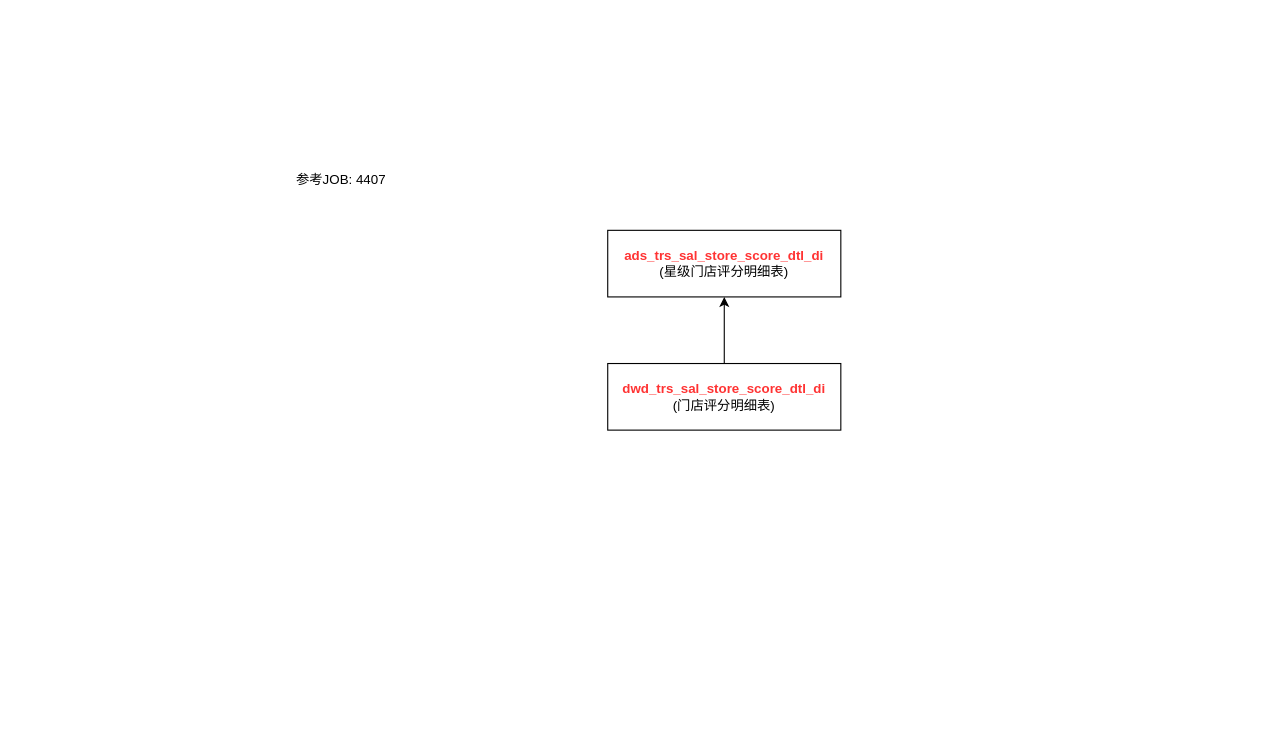
Earlier version of the draw.io diagram page "星级门店数据源" (2 of 2) of star-store-di.drawio (fsJerryChan/fsJerryChan). Source tidied: cells renumbered, new cells numbered last; positions are measured from the earlier drawing's top-left corner, leaving out a move shared by most shapes. Both pictures are drawn from the tidied source at 111%, with x=0, y=0 at pixel (252, 163).
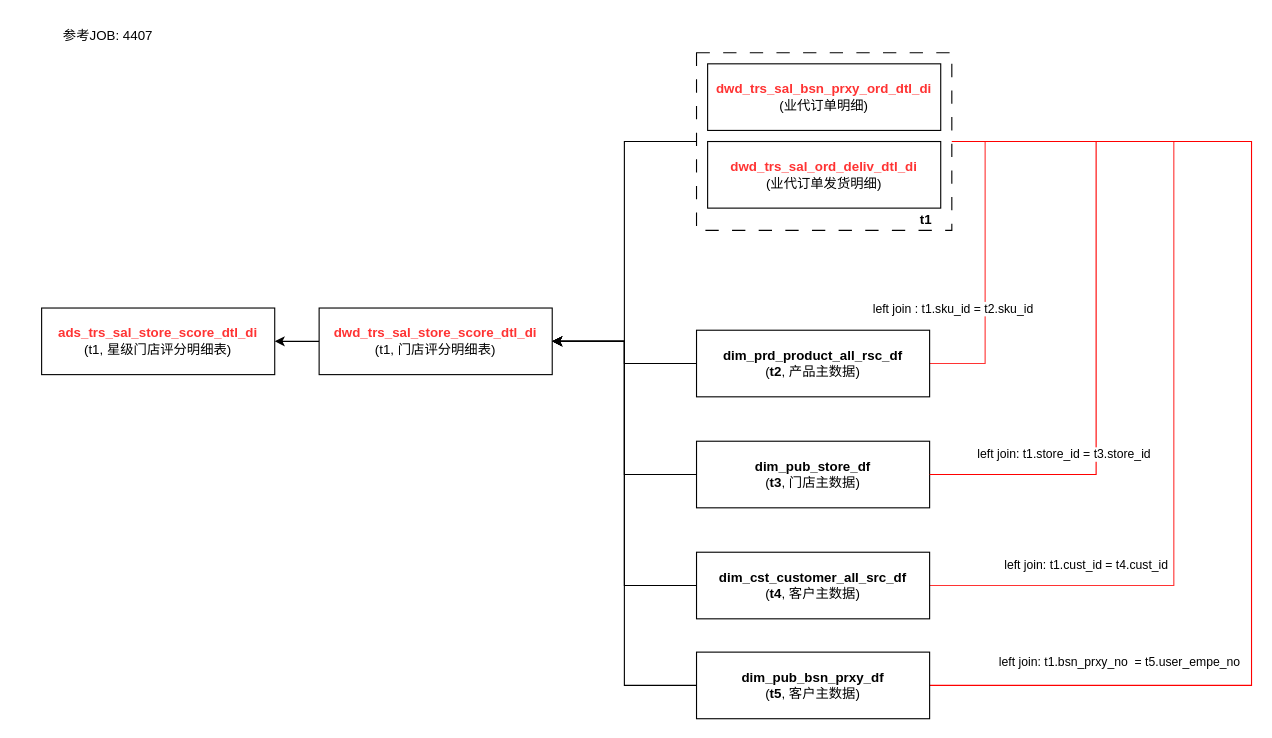
The same diagram, later.

What changed in the source:
```diff
@@
+    <mxCell id="6" style="edgeStyle=orthogonalEdgeStyle;rounded=0;jettySize=auto;html=1;exitX=1;exitY=0.5;exitDx=0;exitDy=0;entryX=1;entryY=0.5;entryDx=0;entryDy=0;endArrow=none;endFill=0;strokeColor=#FF3333;" parent="1" edge="1" source="13" target="17">
+      <mxGeometry relative="1" as="geometry">
+        <Array as="points">
+          <mxPoint x="660" y="-20" />
+          <mxPoint x="660" y="180" />
+        </Array>
+      </mxGeometry>
+    </mxCell>
+    <mxCell id="7" value="left join : t1.sku_id = t2.sku_id" style="edgeLabel;html=1;align=center;verticalAlign=middle;" parent="6" vertex="1">
+      <mxGeometry x="0.07" y="-2" relative="1" as="geometry">
+        <mxPoint x="-28" y="30" as="offset" />
+      </mxGeometry>
+    </mxCell>
+    <mxCell id="8" style="edgeStyle=orthogonalEdgeStyle;rounded=0;jettySize=auto;html=1;exitX=1;exitY=0.5;exitDx=0;exitDy=0;endArrow=none;endFill=0;strokeColor=#FF3333;entryX=1;entryY=0.5;entryDx=0;entryDy=0;" parent="1" edge="1" source="13" target="22">
+      <mxGeometry relative="1" as="geometry">
+        <Array as="points">
+          <mxPoint x="830" y="-20" />
+          <mxPoint x="830" y="380" />
+        </Array>
+      </mxGeometry>
+    </mxCell>
+    <mxCell id="9" value="left join: t1.cust_id = t4.cust_id" style="edgeLabel;html=1;align=center;verticalAlign=middle;" parent="8" vertex="1">
+      <mxGeometry x="-0.1" y="-2" relative="1" as="geometry">
+        <mxPoint x="-78" y="212" as="offset" />
+      </mxGeometry>
+    </mxCell>
+    <mxCell id="10" style="edgeStyle=orthogonalEdgeStyle;rounded=0;jettySize=auto;html=1;entryX=1;entryY=0.5;entryDx=0;entryDy=0;strokeColor=#FF0000;endArrow=none;endFill=0;" parent="1" edge="1" source="13" target="26">
+      <mxGeometry relative="1" as="geometry">
+        <Array as="points">
+          <mxPoint x="900" y="-20" />
+          <mxPoint x="900" y="470" />
+        </Array>
+      </mxGeometry>
+    </mxCell>
+    <mxCell id="11" value="left join: t1.bsn_prxy_no&amp;nbsp; = t5.user_empe_no" style="edgeLabel;html=1;align=center;verticalAlign=middle;" parent="10" vertex="1">
+      <mxGeometry x="-0.16" y="-2" relative="1" as="geometry">
+        <mxPoint x="-118" y="297" as="offset" />
+      </mxGeometry>
+    </mxCell>
+    <mxCell id="12" style="edgeStyle=orthogonalEdgeStyle;rounded=0;jettySize=auto;html=1;entryX=1;entryY=0.5;entryDx=0;entryDy=0;" parent="1" edge="1" source="13" target="5">
+      <mxGeometry relative="1" as="geometry" />
+    </mxCell>
+    <mxCell id="13" style="rounded=0;whiteSpace=wrap;html=1;dashed=1;dashPattern=12 12;" parent="1" vertex="1">
+      <mxGeometry x="400" y="-100" width="230" height="160" as="geometry" />
+    </mxCell>
     <mxCell id="2" value="参考JOB: 4407" style="text;strokeColor=none;align=center;fillColor=none;html=1;verticalAlign=middle;whiteSpace=wrap;rounded=0;" parent="1" vertex="1">
-      <mxGeometry width="160" height="30" as="geometry" />
+      <mxGeometry x="-210" y="-130" width="160" height="30" as="geometry" />
     </mxCell>
-    <mxCell id="3" value="&lt;font color=&quot;#ff3333&quot;&gt;&lt;b&gt;ads_trs_sal_store_score_dtl_di&lt;/b&gt;&lt;/font&gt;&lt;br&gt;(星级门店评分明细表)" style="rounded=0;whiteSpace=wrap;html=1;" parent="1" vertex="1">
-      <mxGeometry x="320" y="60" width="210" height="60" as="geometry" />
+    <mxCell id="3" value="&lt;font color=&quot;#ff3333&quot;&gt;&lt;b&gt;ads_trs_sal_store_score_dtl_di&lt;/b&gt;&lt;/font&gt;&lt;br&gt;(t1, 星级门店评分明细表)" style="rounded=0;whiteSpace=wrap;html=1;" parent="1" vertex="1">
+      <mxGeometry x="-190" y="130" width="210" height="60" as="geometry" />
     </mxCell>
-    <mxCell id="4" style="edgeStyle=orthogonalEdgeStyle;rounded=0;jettySize=auto;html=1;entryX=0.5;entryY=1;entryDx=0;entryDy=0;" parent="1" edge="1" source="5" target="3">
+    <mxCell id="4" style="edgeStyle=orthogonalEdgeStyle;rounded=0;jettySize=auto;html=1;" parent="1" edge="1" source="5" target="3">
       <mxGeometry relative="1" as="geometry" />
     </mxCell>
-    <mxCell id="5" value="&lt;font color=&quot;#ff3333&quot;&gt;&lt;b&gt;dwd_trs_sal_store_score_dtl_di&lt;/b&gt;&lt;/font&gt;&lt;br&gt;(门店评分明细表)" style="rounded=0;whiteSpace=wrap;html=1;" parent="1" vertex="1">
-      <mxGeometry x="320" y="180" width="210" height="60" as="geometry" />
+    <mxCell id="5" value="&lt;font color=&quot;#ff3333&quot;&gt;&lt;b&gt;dwd_trs_sal_store_score_dtl_di&lt;/b&gt;&lt;/font&gt;&lt;br&gt;(t1, 门店评分明细表)" style="rounded=0;whiteSpace=wrap;html=1;" parent="1" vertex="1">
+      <mxGeometry x="60" y="130" width="210" height="60" as="geometry" />
     </mxCell>
+    <mxCell id="14" value="&lt;font color=&quot;#ff3333&quot;&gt;&lt;b&gt;dwd_trs_sal_bsn_prxy_ord_dtl_di&lt;/b&gt;&lt;/font&gt;&lt;br&gt;(业代订单明细)" style="rounded=0;whiteSpace=wrap;html=1;" parent="1" vertex="1">
+      <mxGeometry x="410" y="-90" width="210" height="60" as="geometry" />
+    </mxCell>
+    <mxCell id="15" value="&lt;font color=&quot;#ff3333&quot;&gt;&lt;b&gt;dwd_trs_sal_ord_deliv_dtl_di&lt;/b&gt;&lt;/font&gt;&lt;br&gt;(业代订单发货明细)" style="rounded=0;whiteSpace=wrap;html=1;" parent="1" vertex="1">
+      <mxGeometry x="410" y="-20" width="210" height="60" as="geometry" />
+    </mxCell>
+    <mxCell id="16" style="edgeStyle=orthogonalEdgeStyle;rounded=0;jettySize=auto;html=1;entryX=1;entryY=0.5;entryDx=0;entryDy=0;" parent="1" edge="1" source="17" target="5">
+      <mxGeometry relative="1" as="geometry" />
+    </mxCell>
+    <mxCell id="17" value="&lt;b style=&quot;&quot;&gt;dim_prd_product_all_rsc_df&lt;/b&gt;&lt;div&gt;(&lt;b&gt;t2&lt;/b&gt;, 产品主数据)&lt;/div&gt;" style="rounded=0;whiteSpace=wrap;html=1;" parent="1" vertex="1">
+      <mxGeometry x="400" y="150" width="210" height="60" as="geometry" />
+    </mxCell>
+    <mxCell id="18" value="&lt;b&gt;t1&lt;/b&gt;" style="text;strokeColor=none;align=center;fillColor=none;html=1;verticalAlign=middle;whiteSpace=wrap;rounded=0;" parent="1" vertex="1">
+      <mxGeometry x="577" y="36" width="60" height="30" as="geometry" />
+    </mxCell>
+    <mxCell id="19" style="edgeStyle=orthogonalEdgeStyle;rounded=0;jettySize=auto;html=1;entryX=1;entryY=0.5;entryDx=0;entryDy=0;" parent="1" edge="1" source="20" target="5">
+      <mxGeometry relative="1" as="geometry" />
+    </mxCell>
+    <mxCell id="20" value="&lt;b style=&quot;&quot;&gt;dim_pub_store_df&lt;/b&gt;&lt;div&gt;(&lt;b&gt;t3&lt;/b&gt;, 门店主数据)&lt;/div&gt;" style="rounded=0;whiteSpace=wrap;html=1;" parent="1" vertex="1">
+      <mxGeometry x="400" y="250" width="210" height="60" as="geometry" />
+    </mxCell>
+    <mxCell id="21" style="edgeStyle=orthogonalEdgeStyle;rounded=0;jettySize=auto;html=1;entryX=1;entryY=0.5;entryDx=0;entryDy=0;" parent="1" edge="1" source="22" target="5">
+      <mxGeometry relative="1" as="geometry" />
+    </mxCell>
+    <mxCell id="22" value="&lt;b style=&quot;&quot;&gt;dim_cst_customer_all_src_df&lt;/b&gt;&lt;br&gt;&lt;div&gt;(&lt;b&gt;t4&lt;/b&gt;, 客户主数据)&lt;/div&gt;" style="rounded=0;whiteSpace=wrap;html=1;" parent="1" vertex="1">
+      <mxGeometry x="400" y="350" width="210" height="60" as="geometry" />
+    </mxCell>
+    <mxCell id="23" style="edgeStyle=orthogonalEdgeStyle;rounded=0;jettySize=auto;html=1;entryX=1;entryY=0.5;entryDx=0;entryDy=0;endArrow=none;endFill=0;strokeColor=#FF0000;exitX=1;exitY=0.5;exitDx=0;exitDy=0;" parent="1" edge="1" source="13" target="20">
+      <mxGeometry relative="1" as="geometry">
+        <Array as="points">
+          <mxPoint x="760" y="-20" />
+          <mxPoint x="760" y="280" />
+        </Array>
+      </mxGeometry>
+    </mxCell>
+    <mxCell id="24" value="left join: t1.store_id = t3.store_id" style="edgeLabel;html=1;align=center;verticalAlign=middle;" parent="23" vertex="1">
+      <mxGeometry x="-0.02" y="-2" relative="1" as="geometry">
+        <mxPoint x="-28" y="127" as="offset" />
+      </mxGeometry>
+    </mxCell>
+    <mxCell id="25" style="edgeStyle=orthogonalEdgeStyle;rounded=0;jettySize=auto;html=1;entryX=1;entryY=0.5;entryDx=0;entryDy=0;" parent="1" edge="1" source="26" target="5">
+      <mxGeometry relative="1" as="geometry" />
+    </mxCell>
+    <mxCell id="26" value="&lt;b style=&quot;&quot;&gt;dim_pub_bsn_prxy_df&lt;/b&gt;&lt;br&gt;&lt;div&gt;(&lt;b&gt;t5&lt;/b&gt;, 客户主数据)&lt;/div&gt;" style="rounded=0;whiteSpace=wrap;html=1;" parent="1" vertex="1">
+      <mxGeometry x="400" y="440" width="210" height="60" as="geometry" />
+    </mxCell>
```
